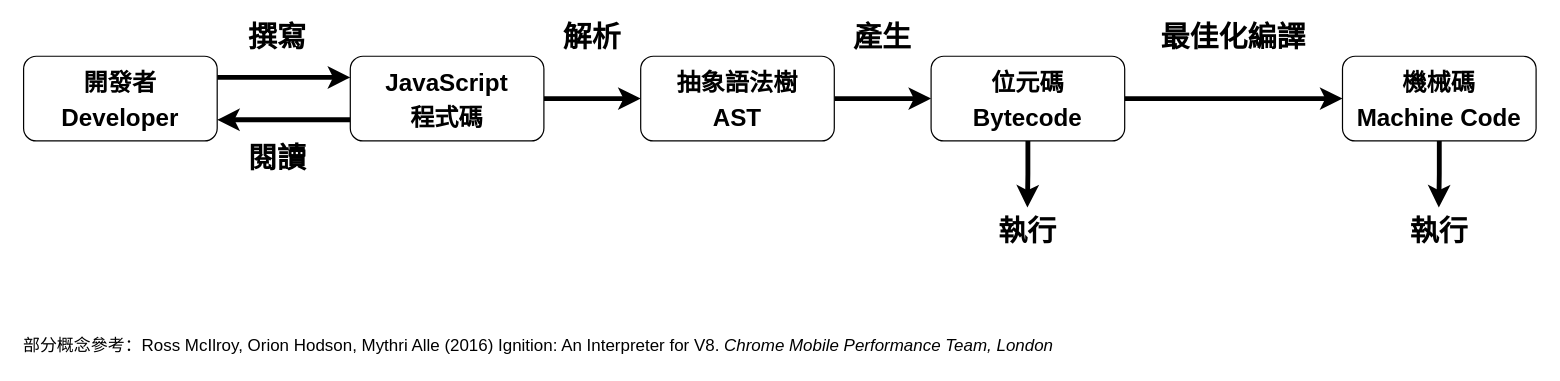
Earlier version of the draw.io diagram source/_drafts/iron-2020-new/draw/code-lifecycle.drawio (shawnlin0201/shawnlin0201.github.io). Source tidied: cells renumbered, new cells numbered last; positions are measured from the earlier drawing's top-left corner, leaving out a move shared by most shapes. Both pictures are drawn from the tidied source at 121%, with x=0, y=0 at pixel (21, 25).
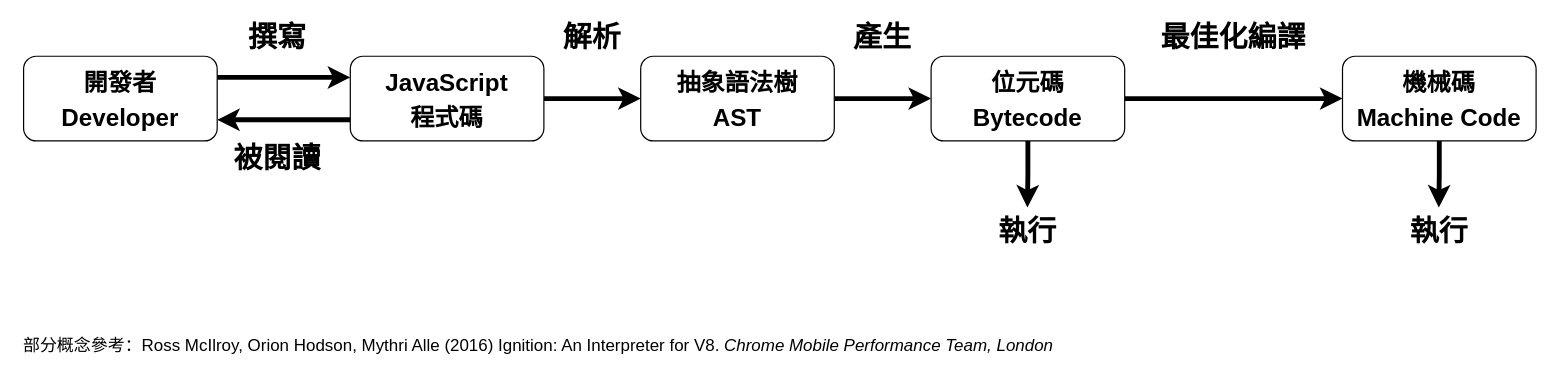
Above is the later version.

Diff of the diagram source:
```diff
@@
-    <mxCell id="14" value="閱讀" style="text;html=1;strokeColor=none;fillColor=none;align=center;verticalAlign=middle;whiteSpace=wrap;rounded=0;fontFamily=微軟正黑體;fontSize=24;fontStyle=1;" parent="1" vertex="1">
+    <mxCell id="14" value="被閱讀" style="text;html=1;strokeColor=none;fillColor=none;align=center;verticalAlign=middle;whiteSpace=wrap;rounded=0;fontFamily=微軟正黑體;fontSize=24;fontStyle=1;" parent="1" vertex="1">
       <mxGeometry x="132" y="100" width="160" height="20" as="geometry" />
     </mxCell>
```
